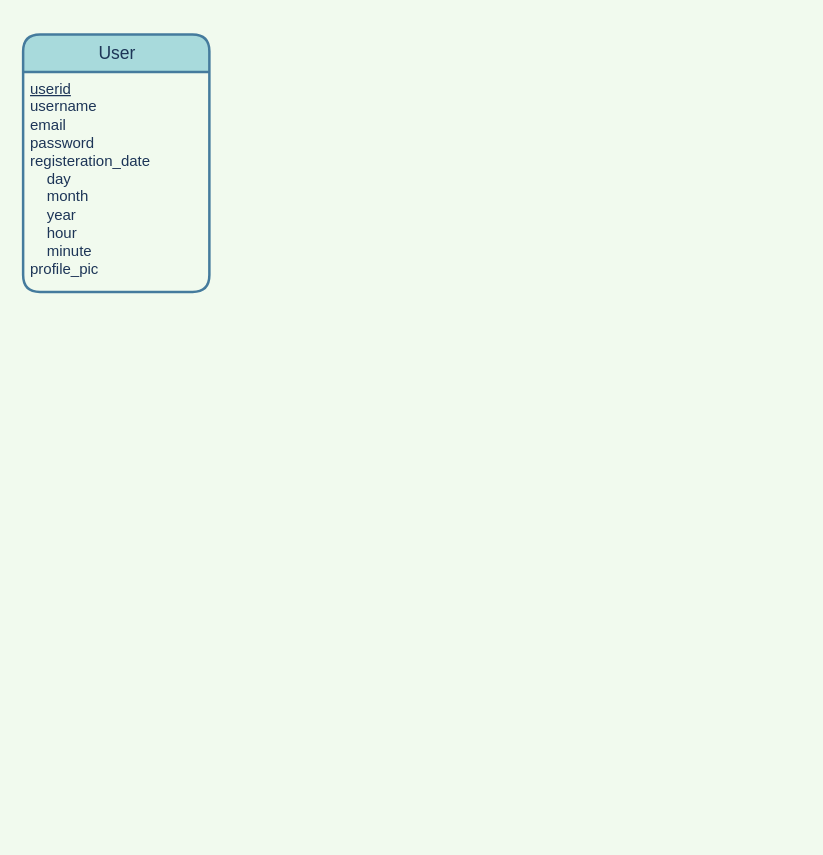
Earlier version of the draw.io diagram 01_er/erd.drawio (sd702004/db_project). Source tidied: cells renumbered, new cells numbered last; positions are measured from the earlier drawing's top-left corner, leaving out a move shared by most shapes. Both pictures are drawn from the tidied source at 125%, with x=0, y=0 at pixel (22, 34).
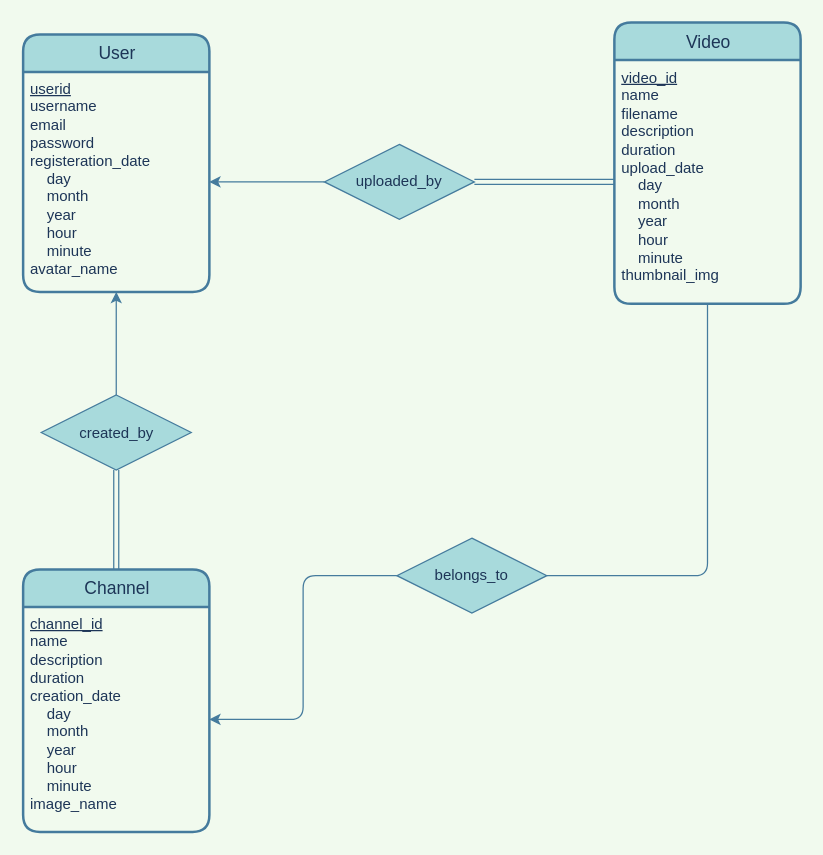
The same diagram, later.

Commit message:
Video & Channel entities added

Change to the diagram source:
```diff
@@
 <mxGraphModel background="#F1FAEE">
   <root>
     <mxCell id="0" />
     <mxCell id="1" parent="0" />
     <mxCell id="2" value="User" style="swimlane;horizontal=1;startSize=30;rounded=1;fontSize=14;fontStyle=0;strokeWidth=2;shadow=0;dashed=0;align=center;html=1;fillColor=#A8DADC;strokeColor=#457B9D;fontColor=#1D3557;" parent="1" vertex="1">
       <mxGeometry width="149" height="206" as="geometry" />
     </mxCell>
-    <mxCell id="3" value="&lt;u&gt;userid&lt;/u&gt;&lt;br&gt;username&lt;br&gt;email&lt;br&gt;password&lt;br&gt;&lt;div&gt;registeration_date&lt;/div&gt;&lt;div&gt;&amp;nbsp;&amp;nbsp;&amp;nbsp; day&lt;/div&gt;&lt;div&gt;&amp;nbsp;&amp;nbsp;&amp;nbsp; month&lt;/div&gt;&lt;div&gt;&amp;nbsp;&amp;nbsp;&amp;nbsp; year&lt;/div&gt;&lt;div&gt;&amp;nbsp;&amp;nbsp;&amp;nbsp; hour&lt;/div&gt;&lt;div&gt;&amp;nbsp;&amp;nbsp;&amp;nbsp; minute&lt;/div&gt;profile_pic" style="align=left;strokeColor=none;fillColor=none;spacingLeft=4;fontSize=12;verticalAlign=top;fontStyle=0;html=1;fontColor=#1D3557;" parent="2" vertex="1">
+    <mxCell id="3" value="&lt;u&gt;userid&lt;/u&gt;&lt;br&gt;username&lt;br&gt;email&lt;br&gt;password&lt;br&gt;&lt;div&gt;registeration_date&lt;/div&gt;&lt;div&gt;&amp;nbsp;&amp;nbsp;&amp;nbsp; day&lt;/div&gt;&lt;div&gt;&amp;nbsp;&amp;nbsp;&amp;nbsp; month&lt;/div&gt;&lt;div&gt;&amp;nbsp;&amp;nbsp;&amp;nbsp; year&lt;/div&gt;&lt;div&gt;&amp;nbsp;&amp;nbsp;&amp;nbsp; hour&lt;/div&gt;&lt;div&gt;&amp;nbsp;&amp;nbsp;&amp;nbsp; minute&lt;/div&gt;avatar_name" style="align=left;strokeColor=none;fillColor=none;spacingLeft=4;fontSize=12;verticalAlign=top;fontStyle=0;html=1;fontColor=#1D3557;" parent="2" vertex="1">
       <mxGeometry y="30" width="149" height="176" as="geometry" />
     </mxCell>
+    <mxCell id="4" value="Video" style="swimlane;horizontal=1;startSize=30;rounded=1;fontSize=14;fontStyle=0;strokeWidth=2;shadow=0;dashed=0;align=center;html=1;fillColor=#A8DADC;strokeColor=#457B9D;fontColor=#1D3557;" parent="1" vertex="1">
+      <mxGeometry x="473" y="-9.5" width="149" height="225" as="geometry" />
+    </mxCell>
+    <mxCell id="5" value="&lt;div&gt;&lt;u&gt;video_id&lt;/u&gt;&lt;/div&gt;&lt;div&gt;name&lt;/div&gt;&lt;div&gt;filename&lt;u&gt;&lt;br&gt;&lt;/u&gt;&lt;/div&gt;&lt;div&gt;description&lt;u&gt;&lt;br&gt;&lt;/u&gt;&lt;/div&gt;&lt;div&gt;duration&lt;br&gt;&lt;div&gt;upload_date&lt;/div&gt;&lt;div&gt;&amp;nbsp;&amp;nbsp;&amp;nbsp; day&lt;/div&gt;&lt;div&gt;&amp;nbsp;&amp;nbsp;&amp;nbsp; month&lt;/div&gt;&lt;div&gt;&amp;nbsp;&amp;nbsp;&amp;nbsp; year&lt;/div&gt;&lt;div&gt;&amp;nbsp;&amp;nbsp;&amp;nbsp; hour&lt;/div&gt;&lt;div&gt;&amp;nbsp;&amp;nbsp;&amp;nbsp; minute&lt;/div&gt;&lt;div&gt;thumbnail_img&lt;br&gt;&lt;/div&gt;&lt;/div&gt;" style="align=left;strokeColor=none;fillColor=none;spacingLeft=4;fontSize=12;verticalAlign=top;fontStyle=0;html=1;fontColor=#1D3557;" parent="4" vertex="1">
+      <mxGeometry y="30" width="149" height="195" as="geometry" />
+    </mxCell>
+    <mxCell id="6" style="edgeStyle=orthogonalEdgeStyle;curved=0;rounded=1;sketch=0;jettySize=auto;html=1;fontColor=#1D3557;strokeColor=#457B9D;fillColor=#A8DADC;" parent="1" edge="1" source="7" target="3">
+      <mxGeometry relative="1" as="geometry" />
+    </mxCell>
+    <mxCell id="7" value="uploaded_by" style="shape=rhombus;perimeter=rhombusPerimeter;whiteSpace=wrap;html=1;align=center;rounded=0;sketch=0;fontColor=#1D3557;strokeColor=#457B9D;fillColor=#A8DADC;" parent="1" vertex="1">
+      <mxGeometry x="241" y="88" width="120" height="60" as="geometry" />
+    </mxCell>
+    <mxCell id="8" style="edgeStyle=orthogonalEdgeStyle;curved=0;rounded=1;sketch=0;jettySize=auto;html=1;fontColor=#1D3557;strokeColor=#457B9D;fillColor=#A8DADC;endArrow=none;endFill=0;shape=link;" parent="1" edge="1" source="5" target="7">
+      <mxGeometry relative="1" as="geometry" />
+    </mxCell>
+    <mxCell id="9" style="edgeStyle=orthogonalEdgeStyle;shape=link;curved=0;rounded=1;sketch=0;jettySize=auto;html=1;entryX=0.5;entryY=1;entryDx=0;entryDy=0;fontColor=#1D3557;endArrow=none;endFill=0;strokeColor=#457B9D;fillColor=#A8DADC;" parent="1" edge="1" source="10" target="13">
+      <mxGeometry relative="1" as="geometry" />
+    </mxCell>
+    <mxCell id="10" value="Channel" style="swimlane;horizontal=1;startSize=30;rounded=1;fontSize=14;fontStyle=0;strokeWidth=2;shadow=0;dashed=0;align=center;html=1;fillColor=#A8DADC;strokeColor=#457B9D;fontColor=#1D3557;" parent="1" vertex="1">
+      <mxGeometry y="428" width="149" height="210" as="geometry" />
+    </mxCell>
+    <mxCell id="11" value="&lt;div&gt;&lt;u&gt;channel_id&lt;/u&gt;&lt;/div&gt;&lt;div&gt;name&lt;/div&gt;&lt;div&gt;description&lt;u&gt;&lt;br&gt;&lt;/u&gt;&lt;/div&gt;&lt;div&gt;duration&lt;br&gt;&lt;div&gt;creation_date&lt;/div&gt;&lt;div&gt;&amp;nbsp;&amp;nbsp;&amp;nbsp; day&lt;/div&gt;&lt;div&gt;&amp;nbsp;&amp;nbsp;&amp;nbsp; month&lt;/div&gt;&lt;div&gt;&amp;nbsp;&amp;nbsp;&amp;nbsp; year&lt;/div&gt;&lt;div&gt;&amp;nbsp;&amp;nbsp;&amp;nbsp; hour&lt;/div&gt;&lt;div&gt;&amp;nbsp;&amp;nbsp;&amp;nbsp; minute&lt;/div&gt;&lt;div&gt;image_name&lt;br&gt;&lt;/div&gt;&lt;/div&gt;" style="align=left;strokeColor=none;fillColor=none;spacingLeft=4;fontSize=12;verticalAlign=top;fontStyle=0;html=1;fontColor=#1D3557;" parent="10" vertex="1">
+      <mxGeometry y="30" width="149" height="180" as="geometry" />
+    </mxCell>
+    <mxCell id="12" style="edgeStyle=orthogonalEdgeStyle;curved=0;rounded=1;sketch=0;jettySize=auto;html=1;exitX=0.5;exitY=0;exitDx=0;exitDy=0;fontColor=#1D3557;endArrow=classic;endFill=1;strokeColor=#457B9D;fillColor=#A8DADC;" parent="1" edge="1" source="13" target="3">
+      <mxGeometry relative="1" as="geometry" />
+    </mxCell>
+    <mxCell id="13" value="created_by" style="shape=rhombus;perimeter=rhombusPerimeter;whiteSpace=wrap;html=1;align=center;rounded=0;sketch=0;fontColor=#1D3557;strokeColor=#457B9D;fillColor=#A8DADC;" parent="1" vertex="1">
+      <mxGeometry x="14.5" y="288.5" width="120" height="60" as="geometry" />
+    </mxCell>
+    <mxCell id="14" style="edgeStyle=orthogonalEdgeStyle;curved=0;rounded=1;sketch=0;jettySize=auto;html=1;fontColor=#1D3557;endArrow=none;endFill=0;strokeColor=#457B9D;fillColor=#A8DADC;" parent="1" edge="1" source="15" target="5">
+      <mxGeometry relative="1" as="geometry" />
+    </mxCell>
+    <mxCell id="15" value="belongs_to" style="shape=rhombus;perimeter=rhombusPerimeter;whiteSpace=wrap;html=1;align=center;rounded=0;sketch=0;fontColor=#1D3557;strokeColor=#457B9D;fillColor=#A8DADC;" parent="1" vertex="1">
+      <mxGeometry x="299" y="403" width="120" height="60" as="geometry" />
+    </mxCell>
+    <mxCell id="16" style="edgeStyle=orthogonalEdgeStyle;curved=0;rounded=1;sketch=0;jettySize=auto;html=1;fontColor=#1D3557;endArrow=none;endFill=0;strokeColor=#457B9D;fillColor=#A8DADC;startArrow=classic;startFill=1;" parent="1" edge="1" source="11" target="15">
+      <mxGeometry relative="1" as="geometry" />
+    </mxCell>
   </root>
 </mxGraphModel>
```
